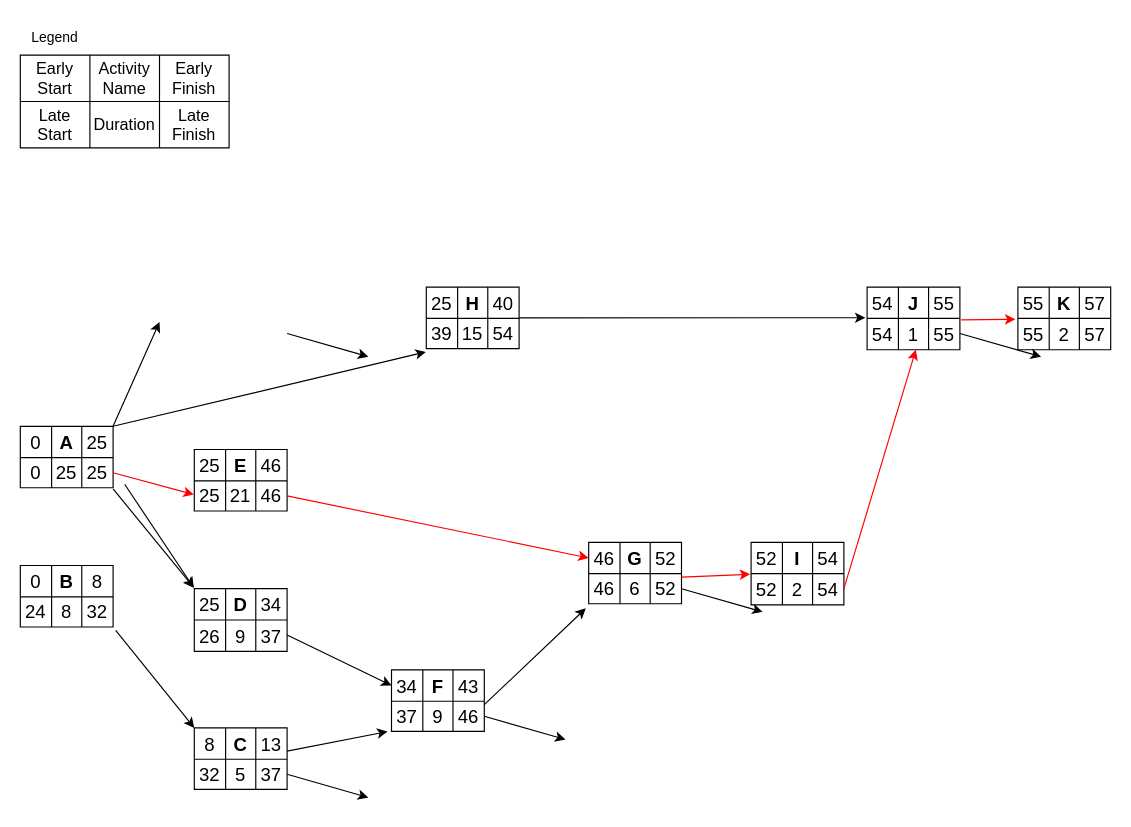
Before: critical.drawio in SyedSiddiqShakir/msc_iot_academic, a draw.io diagram. Source tidied: cells renumbered, new cells numbered last; positions are measured from the earlier drawing's top-left corner, leaving out a move shared by most shapes. Both pictures are drawn from the tidied source at 116%, with x=0, y=0 at pixel (20, 20).
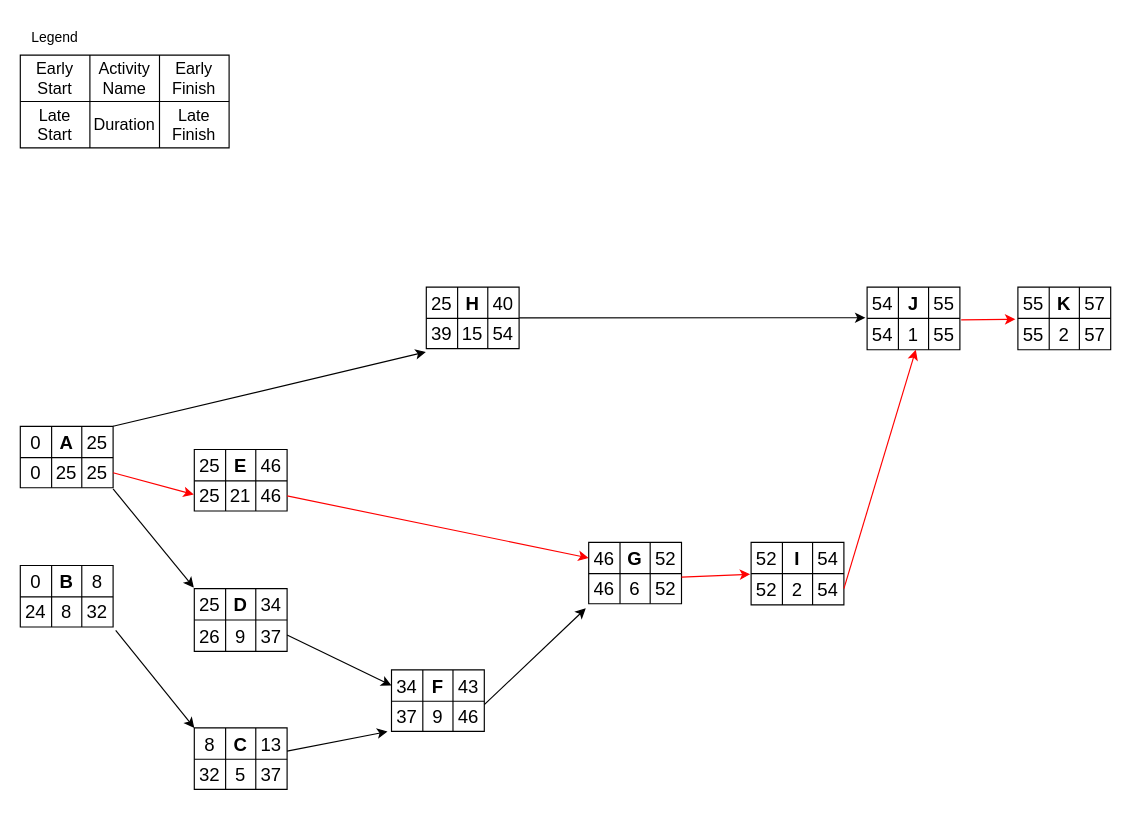
Above is the later version.

The change refers to these unchanged cells:
```xml
<mxCell id="3" style="shape=tableRow;horizontal=0;startSize=0;swimlaneHead=0;swimlaneBody=0;strokeColor=inherit;top=0;left=0;bottom=0;right=0;fillColor=none;points=[[0,0.5],[1,0.5]];portConstraint=eastwest;fontSize=16;" parent="2" vertex="1">
  <mxGeometry width="80" height="27" as="geometry" />
</mxCell>
<mxCell id="21" style="shape=tableRow;horizontal=0;startSize=0;swimlaneHead=0;swimlaneBody=0;strokeColor=inherit;top=0;left=0;bottom=0;right=0;fillColor=none;points=[[0,0.5],[1,0.5]];portConstraint=eastwest;fontSize=16;" parent="20" vertex="1">
  <mxGeometry width="80" height="27" as="geometry" />
</mxCell>
```

Change to the diagram source:
```diff
@@
-    <mxCell id="92" style="endArrow=classic;html=1;rounded=0;exitX=0.996;exitY=0.025;exitDx=0;exitDy=0;exitPerimeter=0;entryX=0;entryY=0.5;entryDx=0;entryDy=0;" parent="1" edge="1" source="3">
-      <mxGeometry relative="1" as="geometry">
-        <mxPoint x="120" y="260" as="targetPoint" />
-      </mxGeometry>
-    </mxCell>
@@
-    <mxCell id="94" style="endArrow=classic;html=1;rounded=0;exitX=1.008;exitY=0.975;exitDx=0;exitDy=0;exitPerimeter=0;entryX=-0.005;entryY=-0.024;entryDx=0;entryDy=0;entryPerimeter=0;" parent="1" edge="1" target="21">
-      <mxGeometry relative="1" as="geometry">
-        <mxPoint x="90" y="400" as="sourcePoint" />
-      </mxGeometry>
-    </mxCell>
@@
-    <mxCell id="97" style="endArrow=classic;html=1;rounded=0;exitX=1;exitY=0.5;exitDx=0;exitDy=0;entryX=0;entryY=0.5;entryDx=0;entryDy=0;" parent="1" edge="1">
-      <mxGeometry relative="1" as="geometry">
-        <mxPoint x="230" y="650" as="sourcePoint" />
-        <mxPoint x="300" y="670" as="targetPoint" />
-      </mxGeometry>
-    </mxCell>
-    <mxCell id="98" style="endArrow=classic;html=1;rounded=0;exitX=1;exitY=0.5;exitDx=0;exitDy=0;entryX=0;entryY=0.5;entryDx=0;entryDy=0;" parent="1" edge="1">
-      <mxGeometry relative="1" as="geometry">
-        <mxPoint x="400" y="600" as="sourcePoint" />
-        <mxPoint x="470" y="620" as="targetPoint" />
-      </mxGeometry>
-    </mxCell>
@@
-    <mxCell id="100" style="endArrow=classic;html=1;rounded=0;exitX=1;exitY=0.5;exitDx=0;exitDy=0;entryX=0;entryY=0.5;entryDx=0;entryDy=0;" parent="1" edge="1">
-      <mxGeometry relative="1" as="geometry">
-        <mxPoint x="570" y="490" as="sourcePoint" />
-        <mxPoint x="640" y="510" as="targetPoint" />
-      </mxGeometry>
-    </mxCell>
-    <mxCell id="101" style="endArrow=classic;html=1;rounded=0;exitX=1;exitY=0.5;exitDx=0;exitDy=0;entryX=0;entryY=0.5;entryDx=0;entryDy=0;" parent="1" edge="1">
-      <mxGeometry relative="1" as="geometry">
-        <mxPoint x="230" y="270" as="sourcePoint" />
-        <mxPoint x="300" y="290" as="targetPoint" />
-      </mxGeometry>
-    </mxCell>
@@
-    <mxCell id="103" style="endArrow=classic;html=1;rounded=0;exitX=1;exitY=0.5;exitDx=0;exitDy=0;entryX=0;entryY=0.5;entryDx=0;entryDy=0;" parent="1" edge="1">
-      <mxGeometry relative="1" as="geometry">
-        <mxPoint x="810" y="270" as="sourcePoint" />
-        <mxPoint x="880" y="290" as="targetPoint" />
-      </mxGeometry>
-    </mxCell>
```
